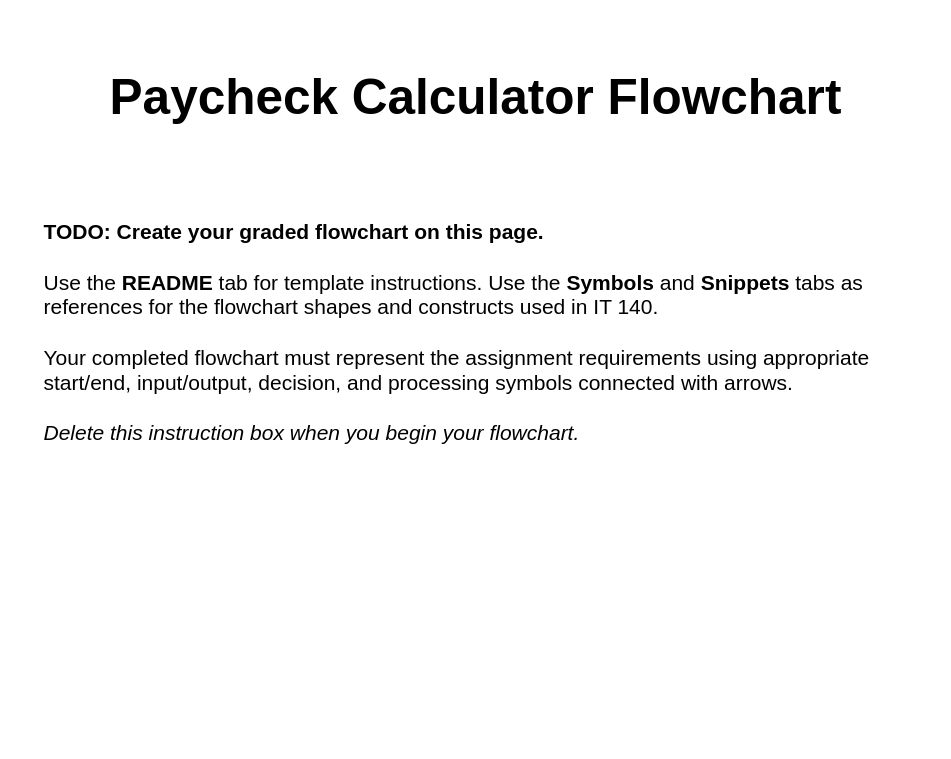
This is page "Paycheck Calculator" (1 of 5) of design/paycheck_calculator.drawio from GC-STEM/it140-m3-assignment, a draw.io file, before an edit. Source tidied: cells renumbered, new cells numbered last; positions are measured from the earlier drawing's top-left corner, leaving out a move shared by most shapes. Both pictures are drawn from the tidied source at 150%, with x=0, y=0 at pixel (26, 44).
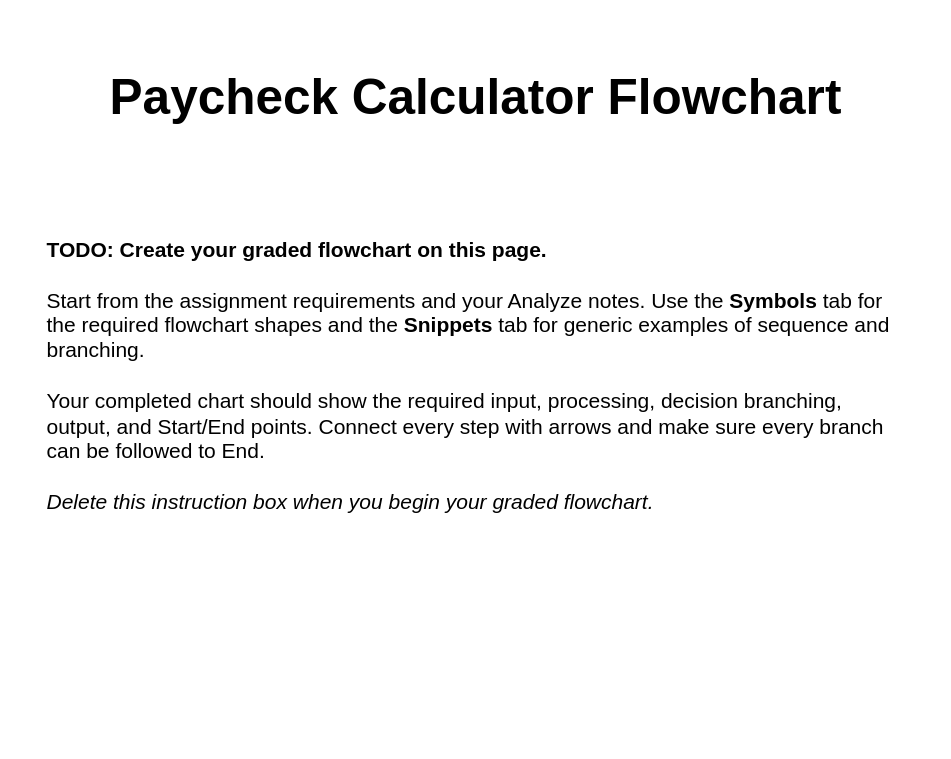
The same diagram, later.

Diff of the diagram source:
```diff
@@
 <mxGraphModel background="#ffffff">
   <root>
     <mxCell id="0" />
     <mxCell id="1" parent="0" />
     <mxCell id="2" value="&lt;h2&gt;Paycheck Calculator Flowchart&lt;/h2&gt;" style="text;html=1;align=center;verticalAlign=middle;whiteSpace=wrap;rounded=0;fontSize=22;" parent="1" vertex="1">
       <mxGeometry x="35" width="530" height="70" as="geometry" />
     </mxCell>
-    <mxCell id="3" value="&lt;b&gt;TODO: Create your graded flowchart on this page.&lt;/b&gt;&lt;br&gt;&lt;br&gt;Use the &lt;b&gt;README&lt;/b&gt; tab for template instructions. Use the &lt;b&gt;Symbols&lt;/b&gt; and &lt;b&gt;Snippets&lt;/b&gt; tabs as references for the flowchart shapes and constructs used in IT 140.&lt;br&gt;&lt;br&gt;Your completed flowchart must represent the assignment requirements using appropriate start/end, input/output, decision, and processing symbols connected with arrows.&lt;br&gt;&lt;br&gt;&lt;i&gt;Delete this instruction box when you begin your flowchart.&lt;/i&gt;" style="text;html=1;align=left;verticalAlign=top;whiteSpace=wrap;rounded=1;strokeWidth=1;spacing=12;fontSize=14;" parent="1" vertex="1">
-      <mxGeometry y="100" width="600" height="360" as="geometry" />
-    </mxCell>
+    <mxCell id="4" value="&lt;b&gt;TODO: Create your graded flowchart on this page.&lt;/b&gt;&lt;br&gt;&lt;br&gt;Start from the assignment requirements and your Analyze notes. Use the &lt;b&gt;Symbols&lt;/b&gt; tab for the required flowchart shapes and the &lt;b&gt;Snippets&lt;/b&gt; tab for generic examples of sequence and branching.&lt;br&gt;&lt;br&gt;Your completed chart should show the required input, processing, decision branching, output, and Start/End points. Connect every step with arrows and make sure every branch can be followed to End.&lt;br&gt;&lt;br&gt;&lt;i&gt;Delete this instruction box when you begin your graded flowchart.&lt;/i&gt;" style="text;html=1;align=left;verticalAlign=top;whiteSpace=wrap;rounded=1;strokeWidth=1;spacing=14;fontSize=14;" parent="1" vertex="1">
+      <mxGeometry y="110" width="600" height="330" as="geometry" />
+    </mxCell>
   </root>
 </mxGraphModel>
```
